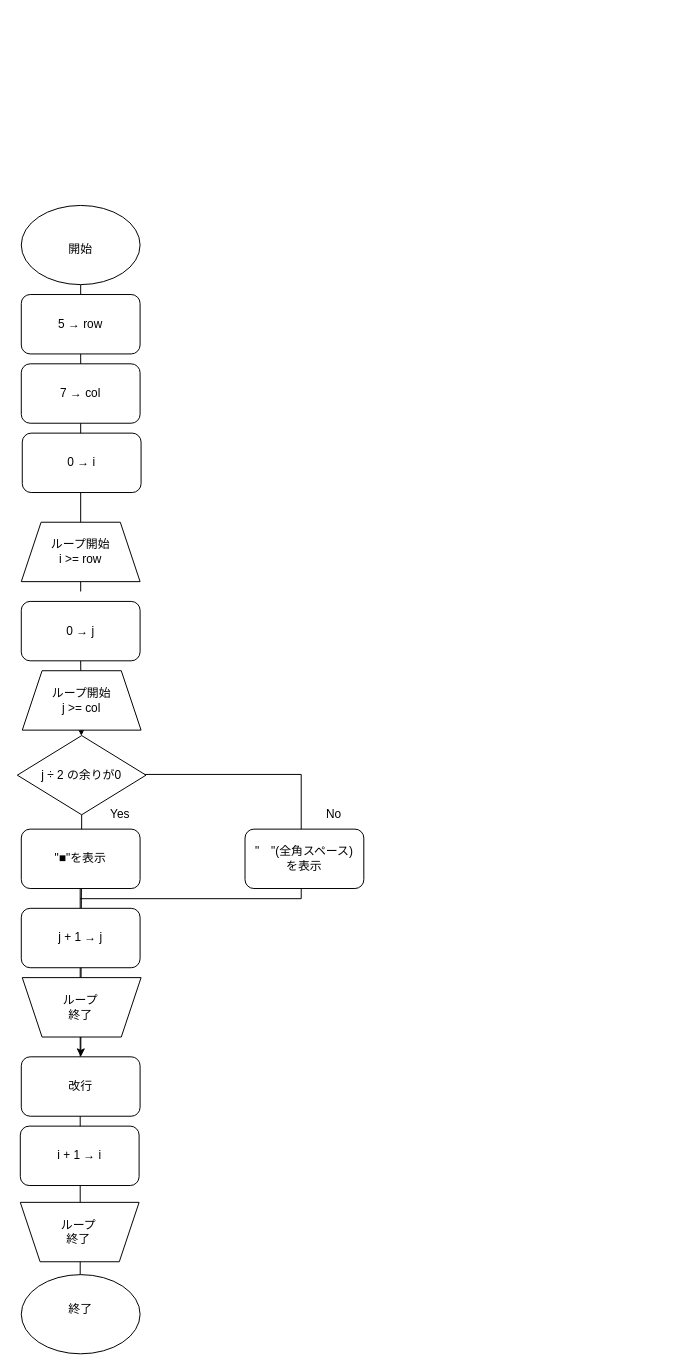
ConniConni/algorithm-in-python keeps this draw.io diagram as 008_lesson.dio. Above is the earlier version. Source tidied: cells renumbered, new cells numbered last; positions are measured from the earlier drawing's top-left corner, leaving out a move shared by most shapes. Both pictures are drawn from the tidied source at 99%, with x=0, y=0 at pixel (17, 205).
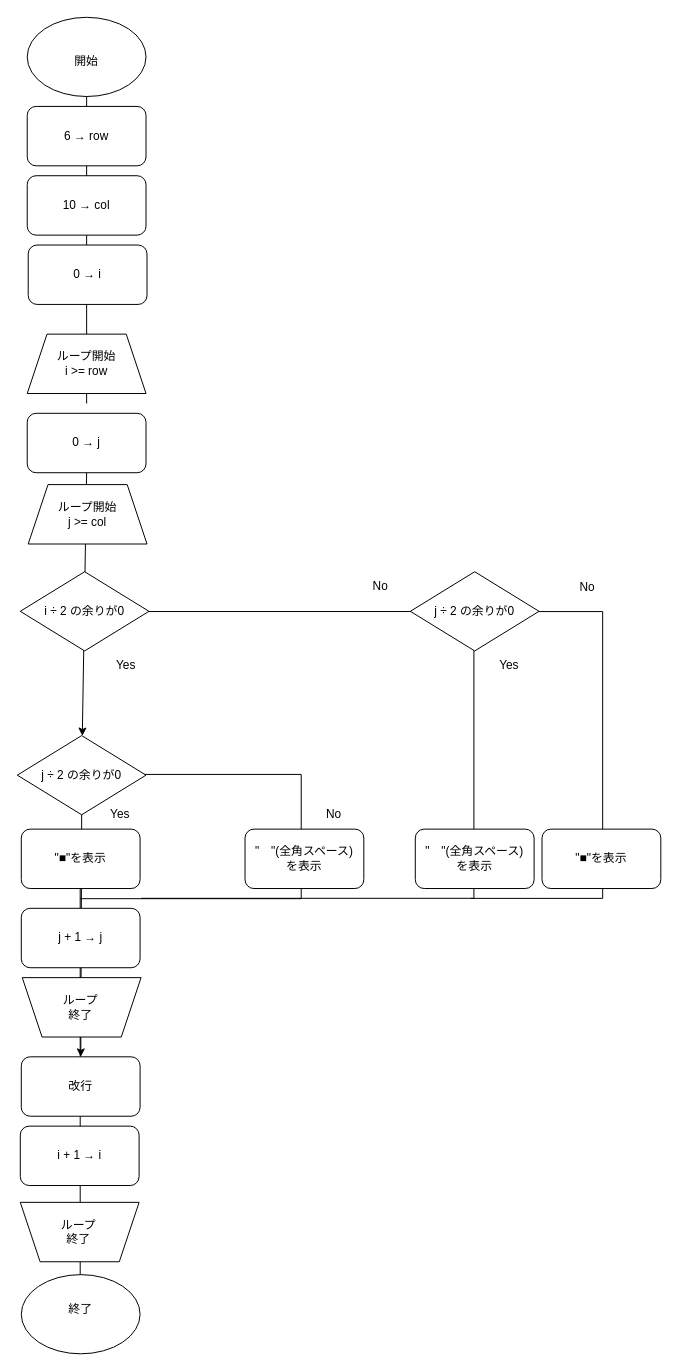
The same diagram, later.

Commit message (it also covers changes not shown here):
009 市松模様 別解

Unchanged cells that the change refers to:
```xml
<mxCell id="30" value="j ÷ 2 の余りが0" style="rhombus;whiteSpace=wrap;html=1;" parent="1" vertex="1">
  <mxGeometry y="535.5" width="130" height="80" as="geometry" />
</mxCell>
```

The edit, as a diff of the source:
```diff
@@
+    <mxCell id="32" style="shape=partialRectangle;whiteSpace=wrap;html=1;bottom=1;right=1;left=1;top=0;fillColor=none;routingCenterX=-0.5;rotation=-90;" parent="1" vertex="1">
+      <mxGeometry x="148.5" y="387.2" width="289.7" height="335.7" as="geometry" />
+    </mxCell>
+    <mxCell id="33" style="shape=partialRectangle;whiteSpace=wrap;html=1;bottom=1;right=1;left=1;top=0;fillColor=none;routingCenterX=-0.5;rotation=-90;" parent="1" vertex="1">
+      <mxGeometry x="380" y="488.7" width="289.7" height="132.8" as="geometry" />
+    </mxCell>
     <mxCell id="2" style="edgeStyle=none;html=1;exitX=0.5;exitY=1;exitDx=0;exitDy=0;" parent="1" edge="1" target="30">
       <mxGeometry relative="1" as="geometry">
-        <mxPoint x="64" y="460" as="sourcePoint" />
+        <mxPoint x="70" y="270" as="sourcePoint" />
       </mxGeometry>
     </mxCell>
@@
     <mxCell id="8" style="endArrow=none;html=1;entryX=0.5;entryY=1;entryDx=0;entryDy=0;exitX=0.5;exitY=0;exitDx=0;exitDy=0;" parent="1" edge="1" target="11">
       <mxGeometry relative="1" as="geometry">
-        <mxPoint x="64" y="390" as="sourcePoint" />
+        <mxPoint x="70" y="200" as="sourcePoint" />
       </mxGeometry>
     </mxCell>
     <mxCell id="9" value="ループ開始&lt;div&gt;i &amp;gt;= row&lt;/div&gt;" style="shape=trapezoid;perimeter=trapezoidPerimeter;whiteSpace=wrap;html=1;fixedSize=1;" parent="1" vertex="1">
-      <mxGeometry x="4" y="320" width="120" height="60" as="geometry" />
+      <mxGeometry x="10" y="130" width="120" height="60" as="geometry" />
     </mxCell>
@@
     <mxCell id="11" style="ellipse;whiteSpace=wrap;html=1;" parent="1" vertex="1">
-      <mxGeometry x="4" width="120" height="80" as="geometry" />
+      <mxGeometry x="10" y="-190" width="120" height="80" as="geometry" />
     </mxCell>
     <mxCell id="12" value="開始" style="text;html=1;align=center;verticalAlign=middle;whiteSpace=wrap;rounded=0;" parent="1" vertex="1">
-      <mxGeometry x="34" y="30" width="60" height="30" as="geometry" />
+      <mxGeometry x="40" y="-160" width="60" height="30" as="geometry" />
     </mxCell>
-    <mxCell id="13" value="5 → row" style="rounded=1;whiteSpace=wrap;html=1;" parent="1" vertex="1">
-      <mxGeometry x="4" y="90" width="120" height="60" as="geometry" />
+    <mxCell id="13" value="6 → row" style="rounded=1;whiteSpace=wrap;html=1;" parent="1" vertex="1">
+      <mxGeometry x="10" y="-100" width="120" height="60" as="geometry" />
     </mxCell>
@@
-    <mxCell id="18" value="7 → col" style="rounded=1;whiteSpace=wrap;html=1;" parent="1" vertex="1">
-      <mxGeometry x="4" y="160" width="120" height="60" as="geometry" />
+    <mxCell id="18" value="10 → col" style="rounded=1;whiteSpace=wrap;html=1;" parent="1" vertex="1">
+      <mxGeometry x="10" y="-30" width="120" height="60" as="geometry" />
     </mxCell>
     <mxCell id="19" value="0 → i" style="rounded=1;whiteSpace=wrap;html=1;" parent="1" vertex="1">
-      <mxGeometry x="5" y="230" width="120" height="60" as="geometry" />
+      <mxGeometry x="11" y="40" width="120" height="60" as="geometry" />
     </mxCell>
     <mxCell id="20" value="ループ開始&lt;div&gt;j &amp;gt;= col&lt;/div&gt;" style="shape=trapezoid;perimeter=trapezoidPerimeter;whiteSpace=wrap;html=1;fixedSize=1;" parent="1" vertex="1">
-      <mxGeometry x="5" y="470" width="120" height="60" as="geometry" />
+      <mxGeometry x="11" y="282" width="120" height="60" as="geometry" />
     </mxCell>
     <mxCell id="21" value="0 → j" style="rounded=1;whiteSpace=wrap;html=1;" parent="1" vertex="1">
-      <mxGeometry x="4" y="400" width="120" height="60" as="geometry" />
+      <mxGeometry x="10" y="210" width="120" height="60" as="geometry" />
     </mxCell>
@@
+    <mxCell id="34" value="i ÷ 2 の余りが0" style="rhombus;whiteSpace=wrap;html=1;" parent="1" vertex="1">
+      <mxGeometry x="3" y="370" width="130" height="80" as="geometry" />
+    </mxCell>
+    <mxCell id="35" value="Yes" style="text;html=1;align=center;verticalAlign=middle;whiteSpace=wrap;rounded=0;" parent="1" vertex="1">
+      <mxGeometry x="80" y="450" width="60" height="30" as="geometry" />
+    </mxCell>
+    <mxCell id="36" value="j ÷ 2 の余りが0" style="rhombus;whiteSpace=wrap;html=1;" parent="1" vertex="1">
+      <mxGeometry x="397" y="370" width="130" height="80" as="geometry" />
+    </mxCell>
+    <mxCell id="37" value="No" style="text;html=1;align=center;verticalAlign=middle;whiteSpace=wrap;rounded=0;" parent="1" vertex="1">
+      <mxGeometry x="337" y="370" width="60" height="30" as="geometry" />
+    </mxCell>
+    <mxCell id="38" value="Yes" style="text;html=1;align=center;verticalAlign=middle;whiteSpace=wrap;rounded=0;" parent="1" vertex="1">
+      <mxGeometry x="467" y="450" width="60" height="30" as="geometry" />
+    </mxCell>
+    <mxCell id="39" value="No" style="text;html=1;align=center;verticalAlign=middle;whiteSpace=wrap;rounded=0;" parent="1" vertex="1">
+      <mxGeometry x="546" y="371" width="60" height="30" as="geometry" />
+    </mxCell>
+    <mxCell id="40" value="&quot;■&quot;を表示" style="rounded=1;whiteSpace=wrap;html=1;" parent="1" vertex="1">
+      <mxGeometry x="530" y="630" width="120" height="60" as="geometry" />
+    </mxCell>
+    <mxCell id="41" value="&quot;　&quot;(全角スペース)&lt;div&gt;を表示&lt;/div&gt;" style="rounded=1;whiteSpace=wrap;html=1;" parent="1" vertex="1">
+      <mxGeometry x="402" y="630" width="120" height="60" as="geometry" />
+    </mxCell>
```
